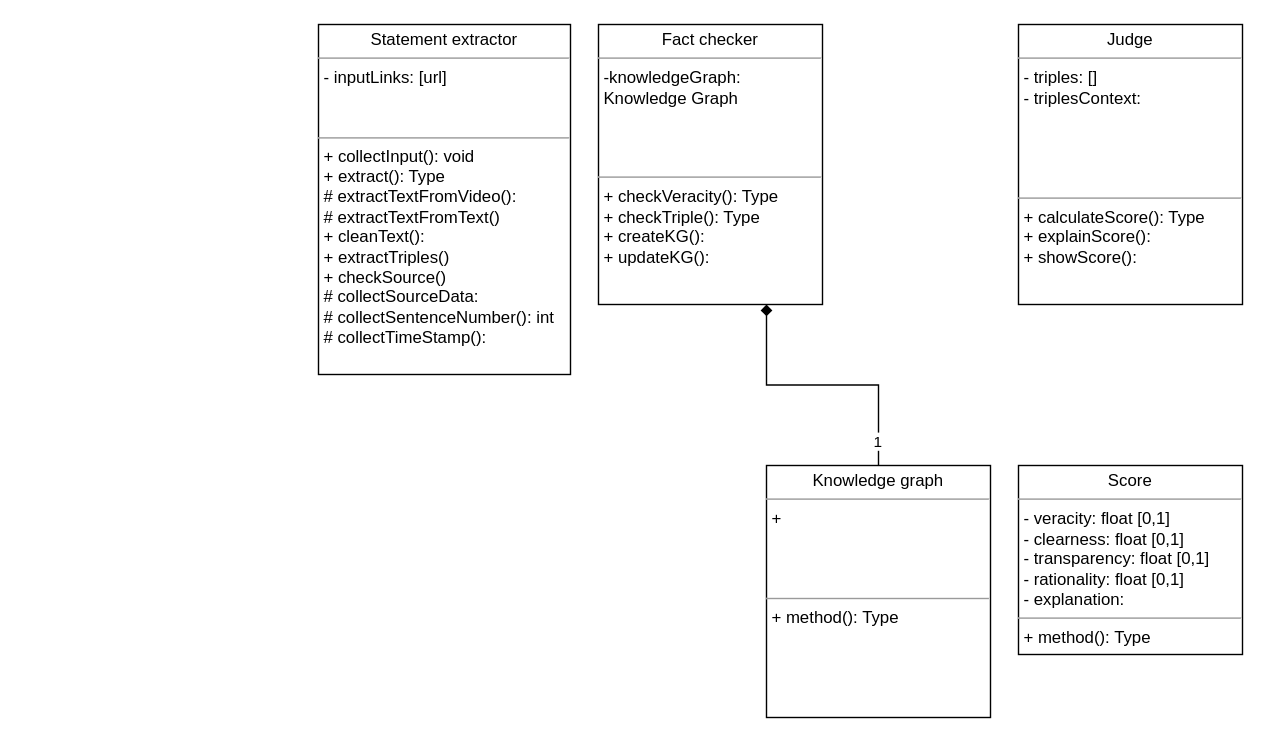
Before: ApproachClassDiagram.drawio in cTremel/Scientific-Knowledge-fit-for-Society, a draw.io diagram. Source tidied: cells renumbered, new cells numbered last; positions are measured from the earlier drawing's top-left corner, leaving out a move shared by most shapes. Both pictures are drawn from the tidied source at 140%, with x=0, y=0 at pixel (318, 24).
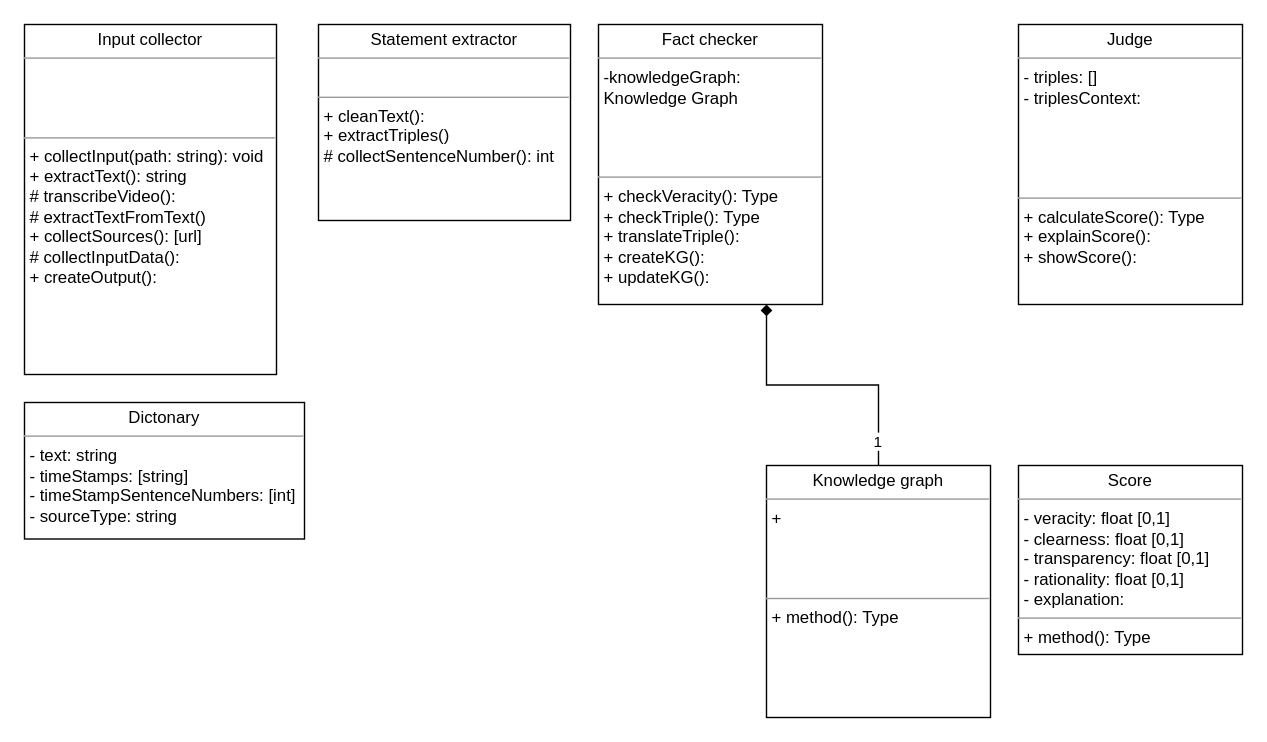
The same diagram, later.

The edit, as a diff of the source:
```diff
@@
 <mxGraphModel background="#FFFFFF">
   <root>
     <mxCell id="0" />
     <mxCell id="1" parent="0" />
-    <mxCell id="2" value="&lt;p style=&quot;margin:0px;margin-top:4px;text-align:center;&quot;&gt;Statement extractor&lt;br&gt;&lt;/p&gt;&lt;hr size=&quot;1&quot;&gt;&lt;p style=&quot;margin:0px;margin-left:4px;&quot;&gt;- inputLinks: [url]&lt;/p&gt;&lt;p style=&quot;margin:0px;margin-left:4px;&quot;&gt;&lt;br&gt;&lt;/p&gt;&lt;p style=&quot;margin:0px;margin-left:4px;&quot;&gt;&lt;br&gt;&lt;/p&gt;&lt;hr size=&quot;1&quot;&gt;&lt;p style=&quot;margin:0px;margin-left:4px;&quot;&gt;+ collectInput(): void&lt;/p&gt;&lt;p style=&quot;margin:0px;margin-left:4px;&quot;&gt;+ extract(): Type&lt;/p&gt;&lt;p style=&quot;margin:0px;margin-left:4px;&quot;&gt;# extractTextFromVideo():&lt;/p&gt;&lt;p style=&quot;margin:0px;margin-left:4px;&quot;&gt;# extractTextFromText()&lt;/p&gt;&lt;p style=&quot;margin:0px;margin-left:4px;&quot;&gt;+ cleanText():&lt;/p&gt;&lt;p style=&quot;margin:0px;margin-left:4px;&quot;&gt;+ extractTriples()&lt;/p&gt;&lt;p style=&quot;margin:0px;margin-left:4px;&quot;&gt;+ checkSource()&lt;/p&gt;&lt;p style=&quot;margin:0px;margin-left:4px;&quot;&gt;# collectSourceData:&lt;/p&gt;&lt;p style=&quot;margin:0px;margin-left:4px;&quot;&gt;# collectSentenceNumber(): int&lt;/p&gt;&lt;p style=&quot;margin:0px;margin-left:4px;&quot;&gt;# collectTimeStamp():&lt;/p&gt;" style="verticalAlign=top;align=left;overflow=fill;fontSize=12;fontFamily=Helvetica;html=1;whiteSpace=wrap;" parent="1" vertex="1">
-      <mxGeometry width="180" height="250" as="geometry" />
+    <mxCell id="2" value="&lt;p style=&quot;margin:0px;margin-top:4px;text-align:center;&quot;&gt;Statement extractor&lt;br&gt;&lt;/p&gt;&lt;hr size=&quot;1&quot;&gt;&lt;p style=&quot;margin:0px;margin-left:4px;&quot;&gt;&lt;br&gt;&lt;/p&gt;&lt;hr size=&quot;1&quot;&gt;&lt;p style=&quot;margin:0px;margin-left:4px;&quot;&gt;&lt;span style=&quot;background-color: initial;&quot;&gt;+ cleanText():&lt;/span&gt;&lt;br&gt;&lt;/p&gt;&lt;p style=&quot;margin:0px;margin-left:4px;&quot;&gt;+ extractTriples()&lt;/p&gt;&lt;p style=&quot;margin:0px;margin-left:4px;&quot;&gt;# collectSentenceNumber(): int&lt;br&gt;&lt;/p&gt;&lt;p style=&quot;margin:0px;margin-left:4px;&quot;&gt;&lt;br&gt;&lt;/p&gt;" style="verticalAlign=top;align=left;overflow=fill;fontSize=12;fontFamily=Helvetica;html=1;whiteSpace=wrap;" parent="1" vertex="1">
+      <mxGeometry width="180" height="140" as="geometry" />
     </mxCell>
-    <mxCell id="3" value="&lt;p style=&quot;margin:0px;margin-top:4px;text-align:center;&quot;&gt;Fact checker&lt;/p&gt;&lt;hr size=&quot;1&quot;&gt;&lt;p style=&quot;margin:0px;margin-left:4px;&quot;&gt;-knowledgeGraph: Knowledge Graph&lt;/p&gt;&lt;p style=&quot;margin:0px;margin-left:4px;&quot;&gt;&lt;br&gt;&lt;/p&gt;&lt;p style=&quot;margin:0px;margin-left:4px;&quot;&gt;&lt;br&gt;&lt;/p&gt;&lt;p style=&quot;margin:0px;margin-left:4px;&quot;&gt;&lt;br&gt;&lt;/p&gt;&lt;hr size=&quot;1&quot;&gt;&lt;p style=&quot;margin:0px;margin-left:4px;&quot;&gt;+ checkVeracity(): Type&lt;/p&gt;&lt;p style=&quot;margin:0px;margin-left:4px;&quot;&gt;+ checkTriple(): Type&lt;/p&gt;&lt;p style=&quot;margin:0px;margin-left:4px;&quot;&gt;+ createKG():&lt;/p&gt;&lt;p style=&quot;margin:0px;margin-left:4px;&quot;&gt;+ updateKG():&lt;/p&gt;&lt;p style=&quot;margin:0px;margin-left:4px;&quot;&gt;&lt;br&gt;&lt;/p&gt;" style="verticalAlign=top;align=left;overflow=fill;fontSize=12;fontFamily=Helvetica;html=1;whiteSpace=wrap;" parent="1" vertex="1">
+    <mxCell id="3" value="&lt;p style=&quot;margin:0px;margin-top:4px;text-align:center;&quot;&gt;Fact checker&lt;/p&gt;&lt;hr size=&quot;1&quot;&gt;&lt;p style=&quot;margin:0px;margin-left:4px;&quot;&gt;-knowledgeGraph: Knowledge Graph&lt;/p&gt;&lt;p style=&quot;margin:0px;margin-left:4px;&quot;&gt;&lt;br&gt;&lt;/p&gt;&lt;p style=&quot;margin:0px;margin-left:4px;&quot;&gt;&lt;br&gt;&lt;/p&gt;&lt;p style=&quot;margin:0px;margin-left:4px;&quot;&gt;&lt;br&gt;&lt;/p&gt;&lt;hr size=&quot;1&quot;&gt;&lt;p style=&quot;margin:0px;margin-left:4px;&quot;&gt;+ checkVeracity(): Type&lt;/p&gt;&lt;p style=&quot;margin:0px;margin-left:4px;&quot;&gt;+ checkTriple(): Type&lt;/p&gt;&lt;p style=&quot;margin:0px;margin-left:4px;&quot;&gt;+ translateTriple():&amp;nbsp;&lt;/p&gt;&lt;p style=&quot;margin:0px;margin-left:4px;&quot;&gt;+ createKG():&lt;/p&gt;&lt;p style=&quot;margin:0px;margin-left:4px;&quot;&gt;+ updateKG():&lt;/p&gt;&lt;p style=&quot;margin:0px;margin-left:4px;&quot;&gt;&lt;br&gt;&lt;/p&gt;" style="verticalAlign=top;align=left;overflow=fill;fontSize=12;fontFamily=Helvetica;html=1;whiteSpace=wrap;" parent="1" vertex="1">
       <mxGeometry x="200" width="160" height="200" as="geometry" />
     </mxCell>
     <mxCell id="4" style="edgeStyle=orthogonalEdgeStyle;rounded=0;jettySize=auto;html=1;exitX=0.5;exitY=0;exitDx=0;exitDy=0;entryX=0.75;entryY=1;entryDx=0;entryDy=0;endArrow=diamond;endFill=1;" parent="1" edge="1" source="6" target="3">
       <mxGeometry relative="1" as="geometry" />
     </mxCell>
     <mxCell id="5" value="1&amp;nbsp;" style="edgeLabel;html=1;align=center;verticalAlign=middle;" parent="4" vertex="1">
       <mxGeometry x="-0.82" relative="1" as="geometry" />
     </mxCell>
     <mxCell id="6" value="&lt;p style=&quot;margin:0px;margin-top:4px;text-align:center;&quot;&gt;Knowledge graph&lt;/p&gt;&lt;hr size=&quot;1&quot;&gt;&lt;p style=&quot;margin:0px;margin-left:4px;&quot;&gt;+&amp;nbsp;&lt;/p&gt;&lt;p style=&quot;margin:0px;margin-left:4px;&quot;&gt;&lt;br&gt;&lt;/p&gt;&lt;p style=&quot;margin:0px;margin-left:4px;&quot;&gt;&lt;br&gt;&lt;/p&gt;&lt;p style=&quot;margin:0px;margin-left:4px;&quot;&gt;&lt;br&gt;&lt;/p&gt;&lt;hr size=&quot;1&quot;&gt;&lt;p style=&quot;margin:0px;margin-left:4px;&quot;&gt;+ method(): Type&lt;/p&gt;" style="verticalAlign=top;align=left;overflow=fill;fontSize=12;fontFamily=Helvetica;html=1;whiteSpace=wrap;" parent="1" vertex="1">
       <mxGeometry x="320" y="315" width="160" height="180" as="geometry" />
     </mxCell>
     <mxCell id="7" value="&lt;p style=&quot;margin:0px;margin-top:4px;text-align:center;&quot;&gt;Judge&lt;/p&gt;&lt;hr size=&quot;1&quot;&gt;&lt;p style=&quot;margin:0px;margin-left:4px;&quot;&gt;- triples: []&lt;/p&gt;&lt;p style=&quot;margin:0px;margin-left:4px;&quot;&gt;- triplesContext:&lt;/p&gt;&lt;p style=&quot;margin:0px;margin-left:4px;&quot;&gt;&lt;br&gt;&lt;/p&gt;&lt;p style=&quot;margin:0px;margin-left:4px;&quot;&gt;&lt;br&gt;&lt;/p&gt;&lt;p style=&quot;margin:0px;margin-left:4px;&quot;&gt;&lt;br&gt;&lt;/p&gt;&lt;p style=&quot;margin:0px;margin-left:4px;&quot;&gt;&lt;br&gt;&lt;/p&gt;&lt;hr size=&quot;1&quot;&gt;&lt;p style=&quot;margin:0px;margin-left:4px;&quot;&gt;+ calculateScore(): Type&lt;/p&gt;&lt;p style=&quot;margin:0px;margin-left:4px;&quot;&gt;+ explainScore():&lt;/p&gt;&lt;p style=&quot;margin:0px;margin-left:4px;&quot;&gt;+ showScore():&lt;/p&gt;" style="verticalAlign=top;align=left;overflow=fill;fontSize=12;fontFamily=Helvetica;html=1;whiteSpace=wrap;" parent="1" vertex="1">
       <mxGeometry x="500" width="160" height="200" as="geometry" />
     </mxCell>
     <mxCell id="8" value="&lt;p style=&quot;margin:0px;margin-top:4px;text-align:center;&quot;&gt;Score&lt;/p&gt;&lt;hr size=&quot;1&quot;&gt;&lt;p style=&quot;margin:0px;margin-left:4px;&quot;&gt;- veracity: float [0,1]&lt;/p&gt;&lt;p style=&quot;margin:0px;margin-left:4px;&quot;&gt;- clearness: float [0,1]&lt;br&gt;&lt;/p&gt;&lt;p style=&quot;margin:0px;margin-left:4px;&quot;&gt;- transparency: float [0,1]&lt;/p&gt;&lt;p style=&quot;margin:0px;margin-left:4px;&quot;&gt;- rationality: float [0,1]&lt;br&gt;&lt;/p&gt;&lt;p style=&quot;margin:0px;margin-left:4px;&quot;&gt;- explanation:&amp;nbsp;&lt;/p&gt;&lt;hr size=&quot;1&quot;&gt;&lt;p style=&quot;margin:0px;margin-left:4px;&quot;&gt;+ method(): Type&lt;/p&gt;" style="verticalAlign=top;align=left;overflow=fill;fontSize=12;fontFamily=Helvetica;html=1;whiteSpace=wrap;" parent="1" vertex="1">
       <mxGeometry x="500" y="315" width="160" height="135" as="geometry" />
     </mxCell>
+    <mxCell id="9" value="&lt;p style=&quot;margin:0px;margin-top:4px;text-align:center;&quot;&gt;Input collector&lt;br&gt;&lt;/p&gt;&lt;hr size=&quot;1&quot;&gt;&lt;p style=&quot;margin:0px;margin-left:4px;&quot;&gt;&lt;br&gt;&lt;/p&gt;&lt;p style=&quot;margin:0px;margin-left:4px;&quot;&gt;&lt;br&gt;&lt;/p&gt;&lt;p style=&quot;margin:0px;margin-left:4px;&quot;&gt;&lt;br&gt;&lt;/p&gt;&lt;hr size=&quot;1&quot;&gt;&lt;p style=&quot;margin:0px;margin-left:4px;&quot;&gt;+ collectInput(path: string): void&lt;/p&gt;&lt;p style=&quot;margin:0px;margin-left:4px;&quot;&gt;+ extractText(): string&lt;/p&gt;&lt;p style=&quot;margin:0px;margin-left:4px;&quot;&gt;# transcribeVideo():&lt;/p&gt;&lt;p style=&quot;margin:0px;margin-left:4px;&quot;&gt;# extractTextFromText()&lt;/p&gt;&lt;p style=&quot;margin:0px;margin-left:4px;&quot;&gt;+ collectSources(): [url]&lt;/p&gt;&lt;p style=&quot;margin:0px;margin-left:4px;&quot;&gt;# collectInputData():&amp;nbsp;&lt;/p&gt;&lt;p style=&quot;margin:0px;margin-left:4px;&quot;&gt;+ createOutput():&amp;nbsp;&lt;/p&gt;" style="verticalAlign=top;align=left;overflow=fill;fontSize=12;fontFamily=Helvetica;html=1;whiteSpace=wrap;" parent="1" vertex="1">
+      <mxGeometry x="-210" width="180" height="250" as="geometry" />
+    </mxCell>
+    <mxCell id="10" value="&lt;p style=&quot;margin:0px;margin-top:4px;text-align:center;&quot;&gt;Dictonary&lt;/p&gt;&lt;hr size=&quot;1&quot;&gt;&lt;p style=&quot;margin:0px;margin-left:4px;&quot;&gt;- text: string&lt;/p&gt;&lt;p style=&quot;margin:0px;margin-left:4px;&quot;&gt;- timeStamps: [string]&lt;/p&gt;&lt;p style=&quot;margin:0px;margin-left:4px;&quot;&gt;- timeStampSentenceNumbers: [int]&lt;/p&gt;&lt;p style=&quot;margin:0px;margin-left:4px;&quot;&gt;- sourceType: string&lt;/p&gt;" style="verticalAlign=top;align=left;overflow=fill;fontSize=12;fontFamily=Helvetica;html=1;whiteSpace=wrap;" parent="1" vertex="1">
+      <mxGeometry x="-210" y="270" width="200" height="97.5" as="geometry" />
+    </mxCell>
   </root>
 </mxGraphModel>
```
